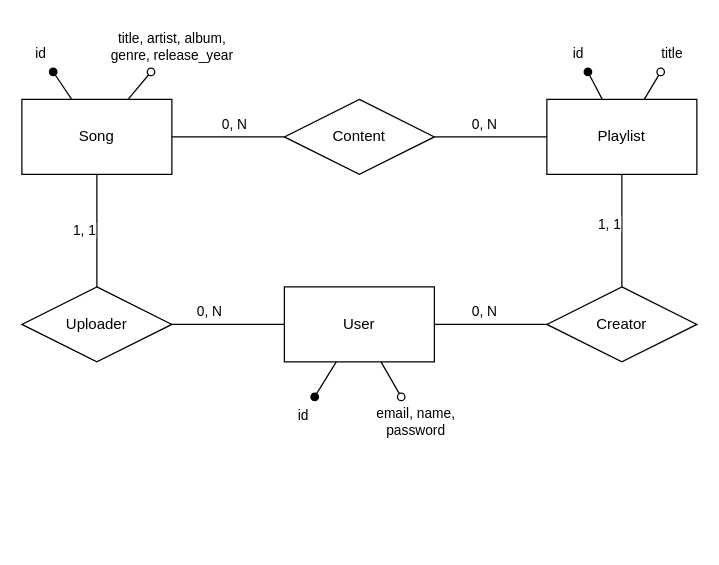
Above: ER diagram.drawio in serpest/MusicHosting (draw.io), before the change. Source tidied: cells renumbered, new cells numbered last; positions are measured from the earlier drawing's top-left corner, leaving out a move shared by most shapes. Both pictures are drawn from the tidied source at 125%, with x=0, y=0 at pixel (21, 21).
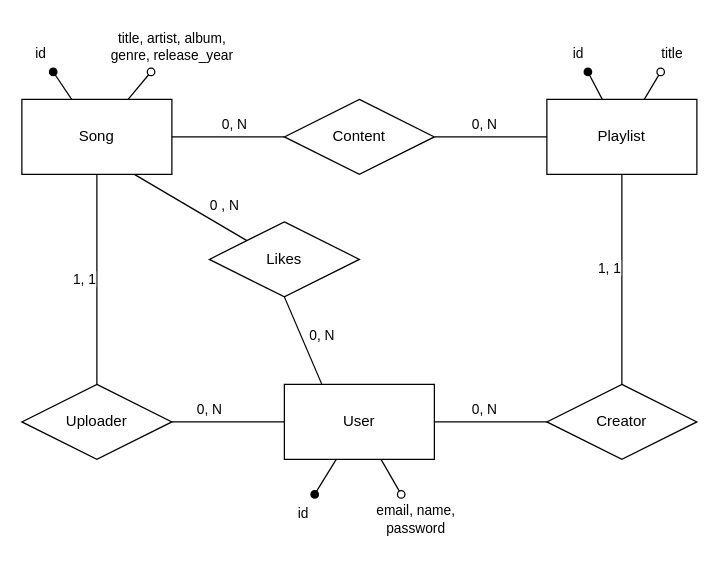
The same page after the edit.

Unchanged cells that the change refers to:
```xml
<mxCell id="4" value="Song" style="whiteSpace=wrap;html=1;" parent="1" vertex="1">
  <mxGeometry y="62" width="120" height="60" as="geometry" />
</mxCell>
```

Change to the diagram source:
```diff
@@
     <mxCell id="10" value="User" style="whiteSpace=wrap;html=1;" parent="1" vertex="1">
-      <mxGeometry x="210" y="212" width="120" height="60" as="geometry" />
+      <mxGeometry x="210" y="290" width="120" height="60" as="geometry" />
     </mxCell>
@@
     <mxCell id="16" value="Uploader" style="rhombus;whiteSpace=wrap;html=1;" parent="1" vertex="1">
-      <mxGeometry y="212" width="120" height="60" as="geometry" />
+      <mxGeometry y="290" width="120" height="60" as="geometry" />
     </mxCell>
@@
     <mxCell id="19" value="Creator" style="rhombus;whiteSpace=wrap;html=1;" parent="1" vertex="1">
-      <mxGeometry x="420" y="212" width="120" height="60" as="geometry" />
+      <mxGeometry x="420" y="290" width="120" height="60" as="geometry" />
     </mxCell>
     <mxCell id="20" value="id" style="text;html=1;align=center;verticalAlign=middle;points=[];strokeColor=none;fillColor=none;fontFamily=Helvetica;fontSize=11;fontColor=default;labelBackgroundColor=default;" parent="1" vertex="1">
-      <mxGeometry x="210" y="300" width="30" height="30" as="geometry" />
+      <mxGeometry x="210" y="378" width="30" height="30" as="geometry" />
     </mxCell>
     <mxCell id="21" value="email, name,&lt;div&gt;password&lt;/div&gt;" style="text;html=1;align=center;verticalAlign=middle;points=[];strokeColor=none;fillColor=none;fontFamily=Helvetica;fontSize=11;fontColor=default;labelBackgroundColor=default;" parent="1" vertex="1">
-      <mxGeometry x="270" y="300" width="90" height="40" as="geometry" />
+      <mxGeometry x="270" y="378" width="90" height="40" as="geometry" />
     </mxCell>
@@
+    <mxCell id="26" style="edgeStyle=none;html=1;exitX=0.5;exitY=1;exitDx=0;exitDy=0;entryX=0.25;entryY=0;entryDx=0;entryDy=0;endArrow=none;endFill=0;" parent="1" edge="1" source="28" target="10">
+      <mxGeometry relative="1" as="geometry" />
+    </mxCell>
+    <mxCell id="27" value="0, N" style="edgeLabel;html=1;align=center;verticalAlign=middle;" parent="26" vertex="1">
+      <mxGeometry x="0.01" y="2" relative="1" as="geometry">
+        <mxPoint x="13" y="-4" as="offset" />
+      </mxGeometry>
+    </mxCell>
+    <mxCell id="28" value="Likes" style="rhombus;whiteSpace=wrap;html=1;" parent="1" vertex="1">
+      <mxGeometry x="150" y="160" width="120" height="60" as="geometry" />
+    </mxCell>
+    <mxCell id="29" style="html=1;exitX=0;exitY=0;exitDx=0;exitDy=0;entryX=0.75;entryY=1;entryDx=0;entryDy=0;strokeColor=default;endArrow=none;endFill=0;" parent="1" edge="1" source="28" target="4">
+      <mxGeometry relative="1" as="geometry" />
+    </mxCell>
+    <mxCell id="30" value="0 , N" style="edgeLabel;html=1;align=center;verticalAlign=middle;" parent="29" vertex="1">
+      <mxGeometry x="0.06" y="-1" relative="1" as="geometry">
+        <mxPoint x="28" as="offset" />
+      </mxGeometry>
+    </mxCell>
```
